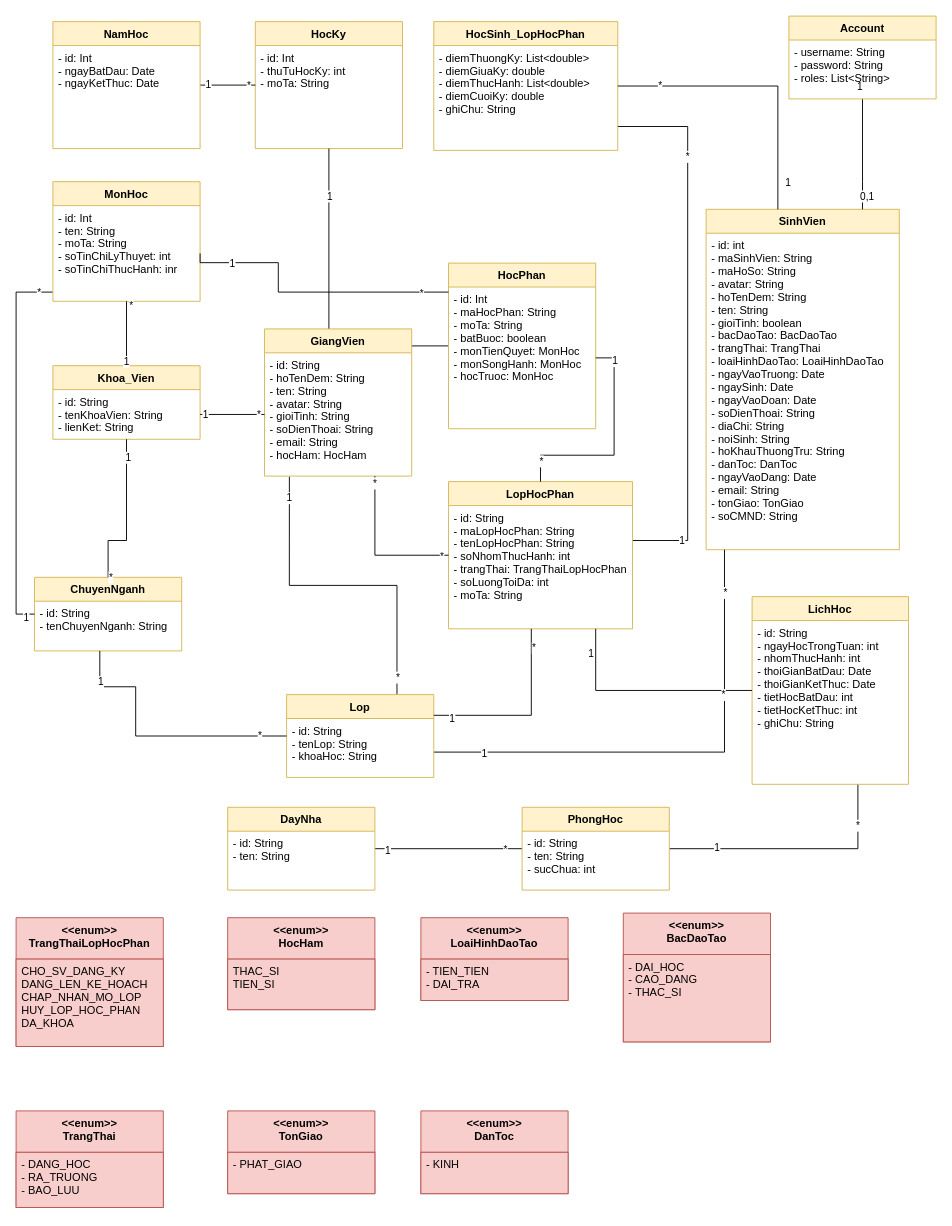
This is CMN_Class.drawio from duchoan6814/Truong-Duc-Hoan, a draw.io file, before an edit. Source tidied: cells renumbered, new cells numbered last; positions are measured from the earlier drawing's top-left corner, leaving out a move shared by most shapes. Both pictures are drawn from the tidied source at 92%, with x=0, y=0 at pixel (16, 16).
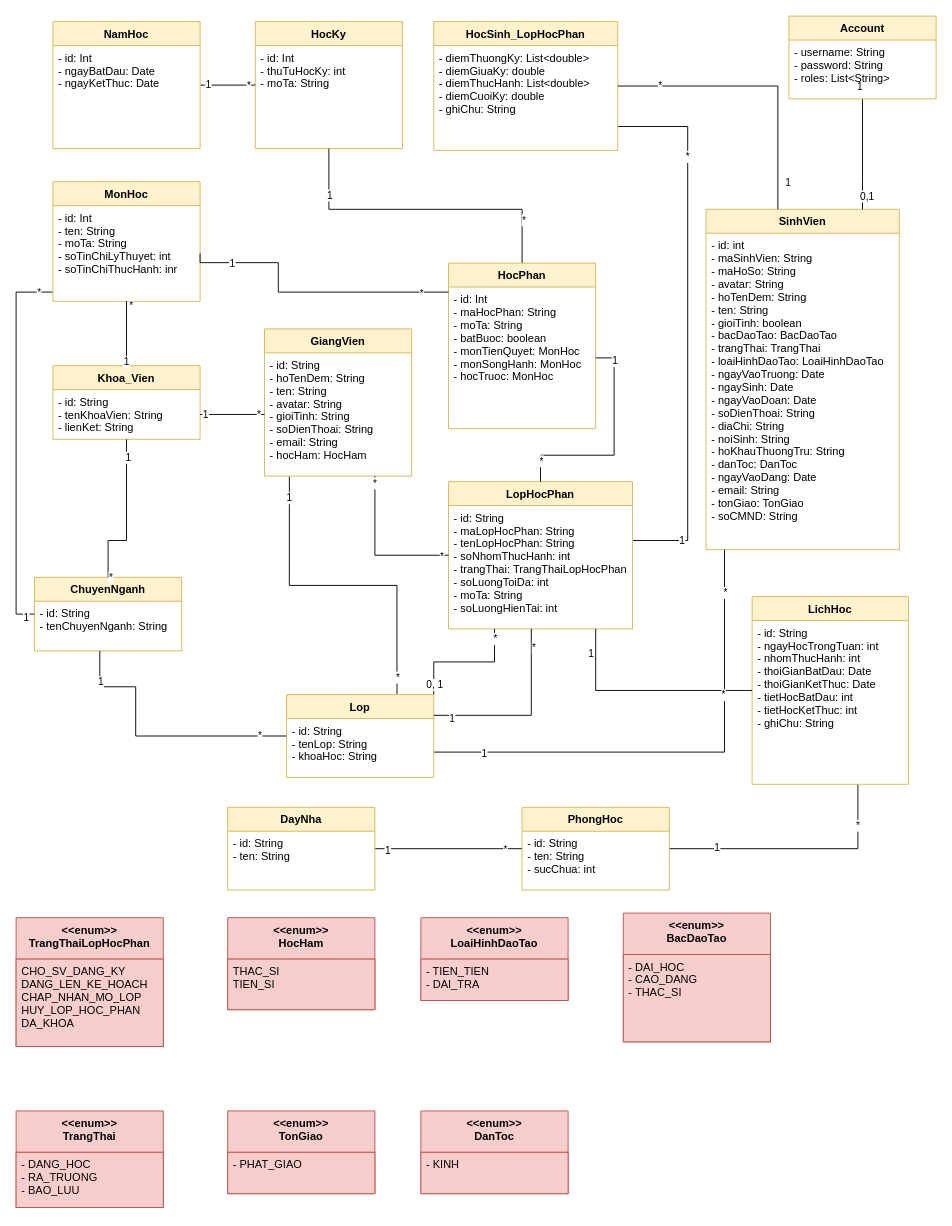
After the change.

Unchanged cells that the change refers to:
```xml
<mxCell id="17" value="LopHocPhan" style="swimlane;fontStyle=1;align=center;verticalAlign=top;horizontal=1;startSize=26;fillColor=#fff2cc;strokeColor=#d6b656;" parent="1" vertex="1">
  <mxGeometry x="470" y="506" width="200" height="160" as="geometry" />
</mxCell>
<mxCell id="22" value="Lop" style="swimlane;fontStyle=1;align=center;verticalAlign=top;horizontal=1;startSize=26;fillColor=#fff2cc;strokeColor=#d6b656;" parent="1" vertex="1">
  <mxGeometry x="294" y="737.5" width="160" height="90" as="geometry" />
</mxCell>
<mxCell id="37" value="HocKy" style="swimlane;fontStyle=1;align=center;verticalAlign=top;horizontal=1;startSize=26;fillColor=#fff2cc;strokeColor=#d6b656;" parent="1" vertex="1">
  <mxGeometry x="260" y="6" width="160" height="138" as="geometry" />
</mxCell>
<mxCell id="70" value="HocPhan" style="swimlane;fontStyle=1;align=center;verticalAlign=top;horizontal=1;startSize=26;fillColor=#fff2cc;strokeColor=#d6b656;" parent="1" vertex="1">
  <mxGeometry x="470" y="268.5" width="160" height="180" as="geometry" />
</mxCell>
```

The edit, as a diff of the source:
```diff
@@
-    <mxCell id="18" value="- id: String&#10;- maLopHocPhan: String&#10;- tenLopHocPhan: String&#10;- soNhomThucHanh: int&#10;- trangThai: TrangThaiLopHocPhan&#10;- soLuongToiDa: int&#10;- moTa: String" style="text;strokeColor=none;fillColor=none;align=left;verticalAlign=top;spacingLeft=4;spacingRight=4;overflow=hidden;" parent="17" vertex="1">
+    <mxCell id="18" value="- id: String&#10;- maLopHocPhan: String&#10;- tenLopHocPhan: String&#10;- soNhomThucHanh: int&#10;- trangThai: TrangThaiLopHocPhan&#10;- soLuongToiDa: int&#10;- moTa: String&#10;- soLuongHienTai: int" style="text;strokeColor=none;fillColor=none;align=left;verticalAlign=top;spacingLeft=4;spacingRight=4;overflow=hidden;" parent="17" vertex="1">
       <mxGeometry y="26" width="200" height="134" as="geometry" />
     </mxCell>
@@
+    <mxCell id="103" style="edgeStyle=orthogonalEdgeStyle;rounded=0;jettySize=auto;html=1;exitX=1;exitY=0;exitDx=0;exitDy=0;endArrow=none;endFill=0;" parent="1" edge="1" source="22" target="17">
+      <mxGeometry relative="1" as="geometry">
+        <Array as="points">
+          <mxPoint x="454" y="702" />
+          <mxPoint x="520" y="702" />
+        </Array>
+      </mxGeometry>
+    </mxCell>
+    <mxCell id="104" value="0, 1" style="edgeLabel;html=1;align=center;verticalAlign=middle;" parent="103" vertex="1">
+      <mxGeometry x="-0.84" relative="1" as="geometry" />
+    </mxCell>
+    <mxCell id="105" value="*" style="edgeLabel;html=1;align=center;verticalAlign=middle;" parent="103" vertex="1">
+      <mxGeometry x="0.85" relative="1" as="geometry" />
+    </mxCell>
@@
     <mxCell id="39" style="edgeStyle=orthogonalEdgeStyle;rounded=0;jettySize=auto;html=1;endArrow=none;endFill=0;" parent="1" edge="1" source="70" target="37">
-      <mxGeometry relative="1" as="geometry" />
+      <mxGeometry relative="1" as="geometry">
+        <Array as="points">
+          <mxPoint x="550" y="210" />
+          <mxPoint x="340" y="210" />
+        </Array>
+      </mxGeometry>
     </mxCell>
```
